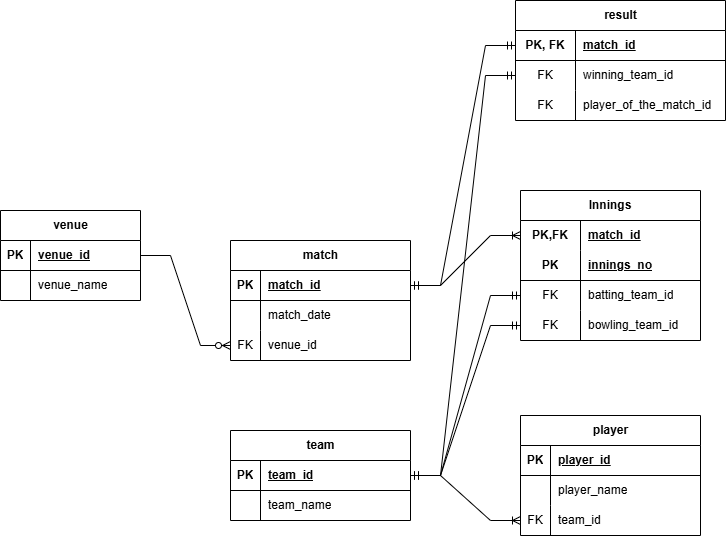
This is IPL_2024_ER.png from Rupam-1/Pyspark_Project_IPL_2024, a draw.io export, as it was before one commit. Source tidied: cells renumbered, new cells last; positions are measured from the earlier drawing's top-left corner, leaving out a move shared by most shapes.
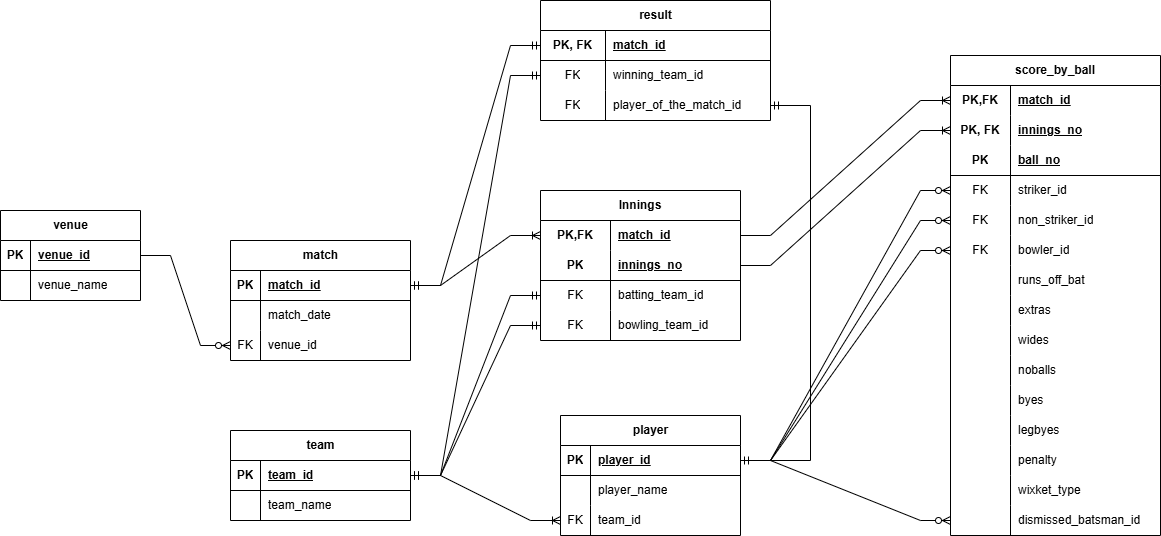
The same file after the commit.

What changed in the source:
```diff
@@ -80,3 +80,3 @@
     <mxCell id="27" value="player" style="shape=table;startSize=30;rowLines=0;fontStyle=1;align=center;html=1;" parent="1" vertex="1">
-      <mxGeometry x="520" y="415" width="180" height="120" as="geometry" />
+      <mxGeometry x="560" y="415" width="180" height="120" as="geometry" />
     </mxCell>
@@ -113,39 +113,39 @@
     <mxCell id="38" value="Innings" style="shape=table;startSize=30;rowLines=0;fontStyle=1;align=center;html=1;whiteSpace=wrap;" parent="1" vertex="1">
-      <mxGeometry x="520" y="190" width="180" height="150" as="geometry" />
+      <mxGeometry x="540" y="190" width="200" height="150" as="geometry" />
     </mxCell>
     <mxCell id="39" style="shape=tableRow;horizontal=0;startSize=0;swimlaneHead=0;swimlaneBody=0;fillColor=none;points=[[0,0.5],[1,0.5]];portConstraint=eastwest;top=0;left=0;right=0;bottom=0;html=1;" parent="38" vertex="1">
-      <mxGeometry y="30" width="180" height="30" as="geometry" />
+      <mxGeometry y="30" width="200" height="30" as="geometry" />
     </mxCell>
     <mxCell id="40" value="PK,FK" style="shape=partialRectangle;fillColor=none;top=0;left=0;bottom=0;right=0;fontStyle=1;overflow=hidden;html=1;whiteSpace=wrap;" parent="39" vertex="1">
-      <mxGeometry width="60" height="30" as="geometry" />
+      <mxGeometry width="70" height="30" as="geometry" />
     </mxCell>
     <mxCell id="41" value="match_id" style="shape=partialRectangle;fillColor=none;top=0;left=0;bottom=0;right=0;align=left;spacingLeft=6;fontStyle=5;overflow=hidden;html=1;whiteSpace=wrap;" parent="39" vertex="1">
-      <mxGeometry x="60" width="120" height="30" as="geometry" />
+      <mxGeometry x="70" width="130" height="30" as="geometry" />
     </mxCell>
     <mxCell id="42" style="shape=tableRow;horizontal=0;startSize=0;swimlaneHead=0;swimlaneBody=0;fillColor=none;points=[[0,0.5],[1,0.5]];portConstraint=eastwest;top=0;left=0;right=0;bottom=1;html=1;" parent="38" vertex="1">
-      <mxGeometry y="60" width="180" height="30" as="geometry" />
+      <mxGeometry y="60" width="200" height="30" as="geometry" />
     </mxCell>
     <mxCell id="43" value="PK" style="shape=partialRectangle;fillColor=none;top=0;left=0;bottom=0;right=0;fontStyle=1;overflow=hidden;html=1;whiteSpace=wrap;" parent="42" vertex="1">
-      <mxGeometry width="60" height="30" as="geometry" />
+      <mxGeometry width="70" height="30" as="geometry" />
     </mxCell>
     <mxCell id="44" value="innings_no" style="shape=partialRectangle;fillColor=none;top=0;left=0;bottom=0;right=0;align=left;spacingLeft=6;fontStyle=5;overflow=hidden;html=1;whiteSpace=wrap;" parent="42" vertex="1">
-      <mxGeometry x="60" width="120" height="30" as="geometry" />
+      <mxGeometry x="70" width="130" height="30" as="geometry" />
     </mxCell>
     <mxCell id="45" style="shape=tableRow;horizontal=0;startSize=0;swimlaneHead=0;swimlaneBody=0;fillColor=none;points=[[0,0.5],[1,0.5]];portConstraint=eastwest;top=0;left=0;right=0;bottom=0;html=1;" parent="38" vertex="1">
-      <mxGeometry y="90" width="180" height="30" as="geometry" />
+      <mxGeometry y="90" width="200" height="30" as="geometry" />
     </mxCell>
     <mxCell id="46" value="FK" style="shape=partialRectangle;fillColor=none;top=0;left=0;bottom=0;right=0;overflow=hidden;html=1;whiteSpace=wrap;" parent="45" vertex="1">
-      <mxGeometry width="60" height="30" as="geometry" />
+      <mxGeometry width="70" height="30" as="geometry" />
     </mxCell>
     <mxCell id="47" value="batting_team_id" style="shape=partialRectangle;fillColor=none;top=0;left=0;bottom=0;right=0;align=left;spacingLeft=6;overflow=hidden;html=1;whiteSpace=wrap;" parent="45" vertex="1">
-      <mxGeometry x="60" width="120" height="30" as="geometry" />
+      <mxGeometry x="70" width="130" height="30" as="geometry" />
     </mxCell>
     <mxCell id="48" style="shape=tableRow;horizontal=0;startSize=0;swimlaneHead=0;swimlaneBody=0;fillColor=none;points=[[0,0.5],[1,0.5]];portConstraint=eastwest;top=0;left=0;right=0;bottom=0;html=1;" parent="38" vertex="1">
-      <mxGeometry y="120" width="180" height="30" as="geometry" />
+      <mxGeometry y="120" width="200" height="30" as="geometry" />
     </mxCell>
     <mxCell id="49" value="FK" style="shape=partialRectangle;fillColor=none;top=0;left=0;bottom=0;right=0;overflow=hidden;html=1;whiteSpace=wrap;" parent="48" vertex="1">
-      <mxGeometry width="60" height="30" as="geometry" />
+      <mxGeometry width="70" height="30" as="geometry" />
     </mxCell>
     <mxCell id="50" value="bowling_team_id" style="shape=partialRectangle;fillColor=none;top=0;left=0;bottom=0;right=0;align=left;spacingLeft=6;overflow=hidden;html=1;whiteSpace=wrap;" parent="48" vertex="1">
-      <mxGeometry x="60" width="120" height="30" as="geometry" />
+      <mxGeometry x="70" width="130" height="30" as="geometry" />
     </mxCell>
@@ -161,30 +161,30 @@
     <mxCell id="54" value="result" style="shape=table;startSize=30;rowLines=0;fontStyle=1;align=center;html=1;" parent="1" vertex="1">
-      <mxGeometry x="515" width="210" height="120" as="geometry" />
+      <mxGeometry x="540" width="230" height="120" as="geometry" />
     </mxCell>
     <mxCell id="55" style="shape=tableRow;horizontal=0;startSize=0;swimlaneHead=0;swimlaneBody=0;fillColor=none;points=[[0,0.5],[1,0.5]];portConstraint=eastwest;top=0;left=0;right=0;bottom=1;" parent="54" vertex="1">
-      <mxGeometry y="30" width="210" height="30" as="geometry" />
+      <mxGeometry y="30" width="230" height="30" as="geometry" />
     </mxCell>
     <mxCell id="56" value="PK, FK" style="shape=partialRectangle;fillColor=none;top=0;left=0;bottom=0;right=0;fontStyle=1;overflow=hidden;whiteSpace=wrap;html=1;" parent="55" vertex="1">
-      <mxGeometry width="60" height="30" as="geometry" />
+      <mxGeometry width="65" height="30" as="geometry" />
     </mxCell>
     <mxCell id="57" value="match_id" style="shape=partialRectangle;fillColor=none;top=0;left=0;bottom=0;right=0;align=left;spacingLeft=6;fontStyle=5;overflow=hidden;whiteSpace=wrap;html=1;" parent="55" vertex="1">
-      <mxGeometry x="60" width="150" height="30" as="geometry" />
+      <mxGeometry x="65" width="165" height="30" as="geometry" />
     </mxCell>
     <mxCell id="58" style="shape=tableRow;horizontal=0;startSize=0;swimlaneHead=0;swimlaneBody=0;fillColor=none;points=[[0,0.5],[1,0.5]];portConstraint=eastwest;top=0;left=0;right=0;bottom=0;" parent="54" vertex="1">
-      <mxGeometry y="60" width="210" height="30" as="geometry" />
+      <mxGeometry y="60" width="230" height="30" as="geometry" />
     </mxCell>
     <mxCell id="59" value="FK" style="shape=partialRectangle;fillColor=none;top=0;left=0;bottom=0;right=0;overflow=hidden;whiteSpace=wrap;html=1;" parent="58" vertex="1">
-      <mxGeometry width="60" height="30" as="geometry" />
+      <mxGeometry width="65" height="30" as="geometry" />
     </mxCell>
     <mxCell id="60" value="winning_team_id" style="shape=partialRectangle;fillColor=none;top=0;left=0;bottom=0;right=0;align=left;spacingLeft=6;overflow=hidden;whiteSpace=wrap;html=1;" parent="58" vertex="1">
-      <mxGeometry x="60" width="150" height="30" as="geometry" />
+      <mxGeometry x="65" width="165" height="30" as="geometry" />
     </mxCell>
     <mxCell id="61" style="shape=tableRow;horizontal=0;startSize=0;swimlaneHead=0;swimlaneBody=0;fillColor=none;points=[[0,0.5],[1,0.5]];portConstraint=eastwest;top=0;left=0;right=0;bottom=0;" parent="54" vertex="1">
-      <mxGeometry y="90" width="210" height="30" as="geometry" />
+      <mxGeometry y="90" width="230" height="30" as="geometry" />
     </mxCell>
     <mxCell id="62" value="FK" style="shape=partialRectangle;fillColor=none;top=0;left=0;bottom=0;right=0;overflow=hidden;whiteSpace=wrap;html=1;" parent="61" vertex="1">
-      <mxGeometry width="60" height="30" as="geometry" />
+      <mxGeometry width="65" height="30" as="geometry" />
     </mxCell>
     <mxCell id="63" value="player_of_the_match_id" style="shape=partialRectangle;fillColor=none;top=0;left=0;bottom=0;right=0;align=left;spacingLeft=6;overflow=hidden;whiteSpace=wrap;html=1;" parent="61" vertex="1">
-      <mxGeometry x="60" width="150" height="30" as="geometry" />
+      <mxGeometry x="65" width="165" height="30" as="geometry" />
     </mxCell>
@@ -196,2 +196,166 @@
     </mxCell>
+    <mxCell id="66" style="edgeStyle=orthogonalEdgeStyle;fontSize=12;html=1;endArrow=ERmandOne;startArrow=ERmandOne;rounded=0;entryX=1;entryY=0.5;entryDx=0;entryDy=0;exitX=1;exitY=0.5;exitDx=0;exitDy=0;" parent="1" edge="1" source="28" target="61">
+      <mxGeometry relative="1" as="geometry">
+        <Array as="points">
+          <mxPoint x="810" y="460" />
+          <mxPoint x="810" y="105" />
+        </Array>
+      </mxGeometry>
+    </mxCell>
+    <mxCell id="67" value="score_by_ball" style="shape=table;startSize=30;rowLines=0;fontStyle=1;align=center;html=1;whiteSpace=wrap;" parent="1" vertex="1">
+      <mxGeometry x="950" y="55" width="210" height="480" as="geometry" />
+    </mxCell>
+    <mxCell id="68" style="shape=tableRow;horizontal=0;startSize=0;swimlaneHead=0;swimlaneBody=0;fillColor=none;points=[[0,0.5],[1,0.5]];portConstraint=eastwest;top=0;left=0;right=0;bottom=0;html=1;" parent="67" vertex="1">
+      <mxGeometry y="30" width="210" height="30" as="geometry" />
+    </mxCell>
+    <mxCell id="69" value="PK,FK" style="shape=partialRectangle;fillColor=none;top=0;left=0;bottom=0;right=0;fontStyle=1;overflow=hidden;html=1;whiteSpace=wrap;" parent="68" vertex="1">
+      <mxGeometry width="60" height="30" as="geometry" />
+    </mxCell>
+    <mxCell id="70" value="match_id" style="shape=partialRectangle;fillColor=none;top=0;left=0;bottom=0;right=0;align=left;spacingLeft=6;fontStyle=5;overflow=hidden;html=1;whiteSpace=wrap;" parent="68" vertex="1">
+      <mxGeometry x="60" width="150" height="30" as="geometry" />
+    </mxCell>
+    <mxCell id="71" style="shape=tableRow;horizontal=0;startSize=0;swimlaneHead=0;swimlaneBody=0;fillColor=none;points=[[0,0.5],[1,0.5]];portConstraint=eastwest;top=0;left=0;right=0;bottom=0;html=1;" parent="67" vertex="1">
+      <mxGeometry y="60" width="210" height="30" as="geometry" />
+    </mxCell>
+    <mxCell id="72" value="&lt;b&gt;PK, FK&lt;/b&gt;" style="shape=partialRectangle;fillColor=none;top=0;left=0;bottom=0;right=0;overflow=hidden;html=1;whiteSpace=wrap;" parent="71" vertex="1">
+      <mxGeometry width="60" height="30" as="geometry" />
+    </mxCell>
+    <mxCell id="73" value="&lt;b&gt;&lt;u&gt;innings_no&lt;/u&gt;&lt;/b&gt;" style="shape=partialRectangle;fillColor=none;top=0;left=0;bottom=0;right=0;align=left;spacingLeft=6;overflow=hidden;html=1;whiteSpace=wrap;" parent="71" vertex="1">
+      <mxGeometry x="60" width="150" height="30" as="geometry" />
+    </mxCell>
+    <mxCell id="74" style="shape=tableRow;horizontal=0;startSize=0;swimlaneHead=0;swimlaneBody=0;fillColor=none;top=0;left=0;right=0;bottom=1;html=1;" parent="67" vertex="1">
+      <mxGeometry y="90" width="210" height="30" as="geometry" />
+    </mxCell>
+    <mxCell id="75" value="PK" style="shape=partialRectangle;fillColor=none;top=0;left=0;bottom=0;right=0;fontStyle=1;overflow=hidden;html=1;whiteSpace=wrap;" parent="74" vertex="1">
+      <mxGeometry width="60" height="30" as="geometry" />
+    </mxCell>
+    <mxCell id="76" value="ball_no" style="shape=partialRectangle;fillColor=none;top=0;left=0;bottom=0;right=0;align=left;spacingLeft=6;fontStyle=5;overflow=hidden;html=1;whiteSpace=wrap;" parent="74" vertex="1">
+      <mxGeometry x="60" width="150" height="30" as="geometry" />
+    </mxCell>
+    <mxCell id="77" style="shape=tableRow;horizontal=0;startSize=0;swimlaneHead=0;swimlaneBody=0;fillColor=none;points=[[0,0.5],[1,0.5]];portConstraint=eastwest;top=0;left=0;right=0;bottom=0;html=1;" parent="67" vertex="1">
+      <mxGeometry y="120" width="210" height="30" as="geometry" />
+    </mxCell>
+    <mxCell id="78" value="FK" style="shape=partialRectangle;fillColor=none;top=0;left=0;bottom=0;right=0;overflow=hidden;html=1;whiteSpace=wrap;" parent="77" vertex="1">
+      <mxGeometry width="60" height="30" as="geometry" />
+    </mxCell>
+    <mxCell id="79" value="striker_id" style="shape=partialRectangle;fillColor=none;top=0;left=0;bottom=0;right=0;align=left;spacingLeft=6;overflow=hidden;html=1;whiteSpace=wrap;" parent="77" vertex="1">
+      <mxGeometry x="60" width="150" height="30" as="geometry" />
+    </mxCell>
+    <mxCell id="80" style="shape=tableRow;horizontal=0;startSize=0;swimlaneHead=0;swimlaneBody=0;fillColor=none;points=[[0,0.5],[1,0.5]];portConstraint=eastwest;top=0;left=0;right=0;bottom=0;html=1;" parent="67" vertex="1">
+      <mxGeometry y="150" width="210" height="30" as="geometry" />
+    </mxCell>
+    <mxCell id="81" value="FK" style="shape=partialRectangle;fillColor=none;top=0;left=0;bottom=0;right=0;overflow=hidden;html=1;whiteSpace=wrap;" parent="80" vertex="1">
+      <mxGeometry width="60" height="30" as="geometry" />
+    </mxCell>
+    <mxCell id="82" value="non_striker_id" style="shape=partialRectangle;fillColor=none;top=0;left=0;bottom=0;right=0;align=left;spacingLeft=6;overflow=hidden;html=1;whiteSpace=wrap;" parent="80" vertex="1">
+      <mxGeometry x="60" width="150" height="30" as="geometry" />
+    </mxCell>
+    <mxCell id="83" style="shape=tableRow;horizontal=0;startSize=0;swimlaneHead=0;swimlaneBody=0;fillColor=none;points=[[0,0.5],[1,0.5]];portConstraint=eastwest;top=0;left=0;right=0;bottom=0;html=1;" parent="67" vertex="1">
+      <mxGeometry y="180" width="210" height="30" as="geometry" />
+    </mxCell>
+    <mxCell id="84" value="FK" style="shape=partialRectangle;fillColor=none;top=0;left=0;bottom=0;right=0;overflow=hidden;html=1;whiteSpace=wrap;" parent="83" vertex="1">
+      <mxGeometry width="60" height="30" as="geometry" />
+    </mxCell>
+    <mxCell id="85" value="bowler_id" style="shape=partialRectangle;fillColor=none;top=0;left=0;bottom=0;right=0;align=left;spacingLeft=6;overflow=hidden;html=1;whiteSpace=wrap;" parent="83" vertex="1">
+      <mxGeometry x="60" width="150" height="30" as="geometry" />
+    </mxCell>
+    <mxCell id="86" style="shape=tableRow;horizontal=0;startSize=0;swimlaneHead=0;swimlaneBody=0;fillColor=none;top=0;left=0;right=0;bottom=0;html=1;" parent="67" vertex="1">
+      <mxGeometry y="210" width="210" height="30" as="geometry" />
+    </mxCell>
+    <mxCell id="87" style="shape=partialRectangle;fillColor=none;top=0;left=0;bottom=0;right=0;overflow=hidden;html=1;whiteSpace=wrap;" parent="86" vertex="1">
+      <mxGeometry width="60" height="30" as="geometry" />
+    </mxCell>
+    <mxCell id="88" value="runs_off_bat" style="shape=partialRectangle;fillColor=none;top=0;left=0;bottom=0;right=0;align=left;spacingLeft=6;overflow=hidden;html=1;whiteSpace=wrap;" parent="86" vertex="1">
+      <mxGeometry x="60" width="150" height="30" as="geometry" />
+    </mxCell>
+    <mxCell id="89" style="shape=tableRow;horizontal=0;startSize=0;swimlaneHead=0;swimlaneBody=0;fillColor=none;top=0;left=0;right=0;bottom=0;html=1;" parent="67" vertex="1">
+      <mxGeometry y="240" width="210" height="30" as="geometry" />
+    </mxCell>
+    <mxCell id="90" style="shape=partialRectangle;fillColor=none;top=0;left=0;bottom=0;right=0;overflow=hidden;html=1;whiteSpace=wrap;" parent="89" vertex="1">
+      <mxGeometry width="60" height="30" as="geometry" />
+    </mxCell>
+    <mxCell id="91" value="extras" style="shape=partialRectangle;fillColor=none;top=0;left=0;bottom=0;right=0;align=left;spacingLeft=6;overflow=hidden;html=1;whiteSpace=wrap;" parent="89" vertex="1">
+      <mxGeometry x="60" width="150" height="30" as="geometry" />
+    </mxCell>
+    <mxCell id="92" style="shape=tableRow;horizontal=0;startSize=0;swimlaneHead=0;swimlaneBody=0;fillColor=none;top=0;left=0;right=0;bottom=0;html=1;" parent="67" vertex="1">
+      <mxGeometry y="270" width="210" height="30" as="geometry" />
+    </mxCell>
+    <mxCell id="93" style="shape=partialRectangle;fillColor=none;top=0;left=0;bottom=0;right=0;overflow=hidden;html=1;whiteSpace=wrap;" parent="92" vertex="1">
+      <mxGeometry width="60" height="30" as="geometry" />
+    </mxCell>
+    <mxCell id="94" value="wides" style="shape=partialRectangle;fillColor=none;top=0;left=0;bottom=0;right=0;align=left;spacingLeft=6;overflow=hidden;html=1;whiteSpace=wrap;" parent="92" vertex="1">
+      <mxGeometry x="60" width="150" height="30" as="geometry" />
+    </mxCell>
+    <mxCell id="95" style="shape=tableRow;horizontal=0;startSize=0;swimlaneHead=0;swimlaneBody=0;fillColor=none;top=0;left=0;right=0;bottom=0;html=1;" parent="67" vertex="1">
+      <mxGeometry y="300" width="210" height="30" as="geometry" />
+    </mxCell>
+    <mxCell id="96" style="shape=partialRectangle;fillColor=none;top=0;left=0;bottom=0;right=0;overflow=hidden;html=1;whiteSpace=wrap;" parent="95" vertex="1">
+      <mxGeometry width="60" height="30" as="geometry" />
+    </mxCell>
+    <mxCell id="97" value="noballs" style="shape=partialRectangle;fillColor=none;top=0;left=0;bottom=0;right=0;align=left;spacingLeft=6;overflow=hidden;html=1;whiteSpace=wrap;" parent="95" vertex="1">
+      <mxGeometry x="60" width="150" height="30" as="geometry" />
+    </mxCell>
+    <mxCell id="98" style="shape=tableRow;horizontal=0;startSize=0;swimlaneHead=0;swimlaneBody=0;fillColor=none;top=0;left=0;right=0;bottom=0;html=1;" parent="67" vertex="1">
+      <mxGeometry y="330" width="210" height="30" as="geometry" />
+    </mxCell>
+    <mxCell id="99" style="shape=partialRectangle;fillColor=none;top=0;left=0;bottom=0;right=0;overflow=hidden;html=1;whiteSpace=wrap;" parent="98" vertex="1">
+      <mxGeometry width="60" height="30" as="geometry" />
+    </mxCell>
+    <mxCell id="100" value="byes" style="shape=partialRectangle;fillColor=none;top=0;left=0;bottom=0;right=0;align=left;spacingLeft=6;overflow=hidden;html=1;whiteSpace=wrap;" parent="98" vertex="1">
+      <mxGeometry x="60" width="150" height="30" as="geometry" />
+    </mxCell>
+    <mxCell id="101" style="shape=tableRow;horizontal=0;startSize=0;swimlaneHead=0;swimlaneBody=0;fillColor=none;top=0;left=0;right=0;bottom=0;html=1;" parent="67" vertex="1">
+      <mxGeometry y="360" width="210" height="30" as="geometry" />
+    </mxCell>
+    <mxCell id="102" style="shape=partialRectangle;fillColor=none;top=0;left=0;bottom=0;right=0;overflow=hidden;html=1;whiteSpace=wrap;" parent="101" vertex="1">
+      <mxGeometry width="60" height="30" as="geometry" />
+    </mxCell>
+    <mxCell id="103" value="legbyes" style="shape=partialRectangle;fillColor=none;top=0;left=0;bottom=0;right=0;align=left;spacingLeft=6;overflow=hidden;html=1;whiteSpace=wrap;" parent="101" vertex="1">
+      <mxGeometry x="60" width="150" height="30" as="geometry" />
+    </mxCell>
+    <mxCell id="104" style="shape=tableRow;horizontal=0;startSize=0;swimlaneHead=0;swimlaneBody=0;fillColor=none;top=0;left=0;right=0;bottom=0;html=1;" parent="67" vertex="1">
+      <mxGeometry y="390" width="210" height="30" as="geometry" />
+    </mxCell>
+    <mxCell id="105" style="shape=partialRectangle;fillColor=none;top=0;left=0;bottom=0;right=0;overflow=hidden;html=1;whiteSpace=wrap;" parent="104" vertex="1">
+      <mxGeometry width="60" height="30" as="geometry" />
+    </mxCell>
+    <mxCell id="106" value="penalty" style="shape=partialRectangle;fillColor=none;top=0;left=0;bottom=0;right=0;align=left;spacingLeft=6;overflow=hidden;html=1;whiteSpace=wrap;" parent="104" vertex="1">
+      <mxGeometry x="60" width="150" height="30" as="geometry" />
+    </mxCell>
+    <mxCell id="107" style="shape=tableRow;horizontal=0;startSize=0;swimlaneHead=0;swimlaneBody=0;fillColor=none;top=0;left=0;right=0;bottom=0;html=1;" parent="67" vertex="1">
+      <mxGeometry y="420" width="210" height="30" as="geometry" />
+    </mxCell>
+    <mxCell id="108" style="shape=partialRectangle;fillColor=none;top=0;left=0;bottom=0;right=0;overflow=hidden;html=1;whiteSpace=wrap;" parent="107" vertex="1">
+      <mxGeometry width="60" height="30" as="geometry" />
+    </mxCell>
+    <mxCell id="109" value="wixket_type" style="shape=partialRectangle;fillColor=none;top=0;left=0;bottom=0;right=0;align=left;spacingLeft=6;overflow=hidden;html=1;whiteSpace=wrap;" parent="107" vertex="1">
+      <mxGeometry x="60" width="150" height="30" as="geometry" />
+    </mxCell>
+    <mxCell id="110" style="shape=tableRow;horizontal=0;startSize=0;swimlaneHead=0;swimlaneBody=0;fillColor=none;points=[[0,0.5],[1,0.5]];portConstraint=eastwest;top=0;left=0;right=0;bottom=0;html=1;" parent="67" vertex="1">
+      <mxGeometry y="450" width="210" height="30" as="geometry" />
+    </mxCell>
+    <mxCell id="111" style="shape=partialRectangle;fillColor=none;top=0;left=0;bottom=0;right=0;overflow=hidden;html=1;whiteSpace=wrap;" parent="110" vertex="1">
+      <mxGeometry width="60" height="30" as="geometry" />
+    </mxCell>
+    <mxCell id="112" value="dismissed_batsman_id" style="shape=partialRectangle;fillColor=none;top=0;left=0;bottom=0;right=0;align=left;spacingLeft=6;overflow=hidden;html=1;whiteSpace=wrap;" parent="110" vertex="1">
+      <mxGeometry x="60" width="150" height="30" as="geometry" />
+    </mxCell>
+    <mxCell id="113" style="edgeStyle=entityRelationEdgeStyle;fontSize=12;html=1;endArrow=ERoneToMany;rounded=0;exitX=1;exitY=0.5;exitDx=0;exitDy=0;entryX=0;entryY=0.5;entryDx=0;entryDy=0;" parent="1" edge="1" source="39" target="68">
+      <mxGeometry relative="1" as="geometry" />
+    </mxCell>
+    <mxCell id="114" style="edgeStyle=entityRelationEdgeStyle;fontSize=12;html=1;endArrow=ERoneToMany;rounded=0;entryX=0;entryY=0.5;entryDx=0;entryDy=0;exitX=1;exitY=0.5;exitDx=0;exitDy=0;" parent="1" edge="1" source="42" target="71">
+      <mxGeometry relative="1" as="geometry" />
+    </mxCell>
+    <mxCell id="115" style="edgeStyle=entityRelationEdgeStyle;fontSize=12;html=1;endArrow=ERzeroToMany;endFill=1;rounded=0;exitX=1;exitY=0.5;exitDx=0;exitDy=0;entryX=0;entryY=0.5;entryDx=0;entryDy=0;" parent="1" edge="1" source="28" target="77">
+      <mxGeometry relative="1" as="geometry" />
+    </mxCell>
+    <mxCell id="116" style="edgeStyle=entityRelationEdgeStyle;fontSize=12;html=1;endArrow=ERzeroToMany;endFill=1;rounded=0;exitX=1;exitY=0.5;exitDx=0;exitDy=0;entryX=0;entryY=0.5;entryDx=0;entryDy=0;" parent="1" edge="1" source="28" target="80">
+      <mxGeometry relative="1" as="geometry" />
+    </mxCell>
+    <mxCell id="117" style="edgeStyle=entityRelationEdgeStyle;fontSize=12;html=1;endArrow=ERzeroToMany;endFill=1;rounded=0;exitX=1;exitY=0.5;exitDx=0;exitDy=0;entryX=0;entryY=0.5;entryDx=0;entryDy=0;" parent="1" edge="1" source="28" target="83">
+      <mxGeometry relative="1" as="geometry" />
+    </mxCell>
+    <mxCell id="118" style="edgeStyle=entityRelationEdgeStyle;fontSize=12;html=1;endArrow=ERzeroToMany;endFill=1;rounded=0;exitX=1;exitY=0.5;exitDx=0;exitDy=0;entryX=0;entryY=0.5;entryDx=0;entryDy=0;" parent="1" edge="1" source="28" target="110">
+      <mxGeometry relative="1" as="geometry" />
+    </mxCell>
   </root>
```
